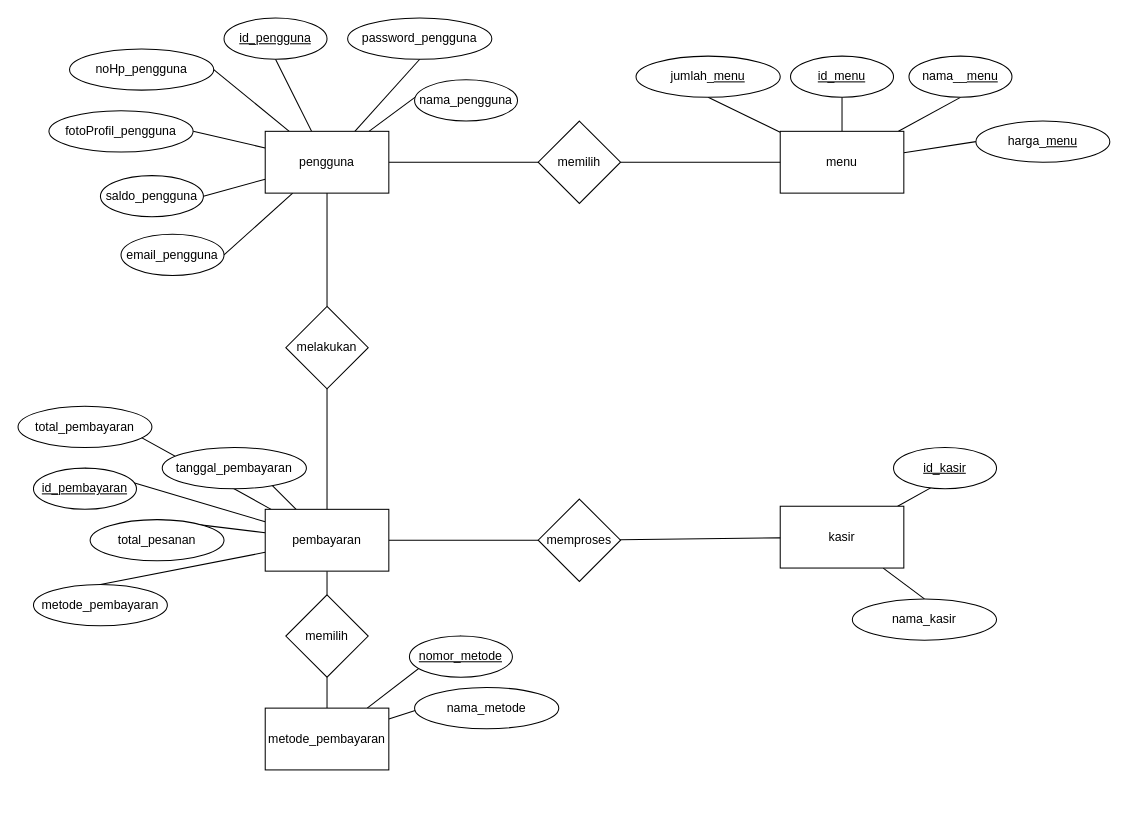
Above: ERD.drawio in muhammadnazaralwi/B-CoreBackend (draw.io), before the change. Source tidied: cells renumbered, new cells numbered last; positions are measured from the earlier drawing's top-left corner, leaving out a move shared by most shapes. Both pictures are drawn from the tidied source at 103%, with x=0, y=0 at pixel (18, 18).
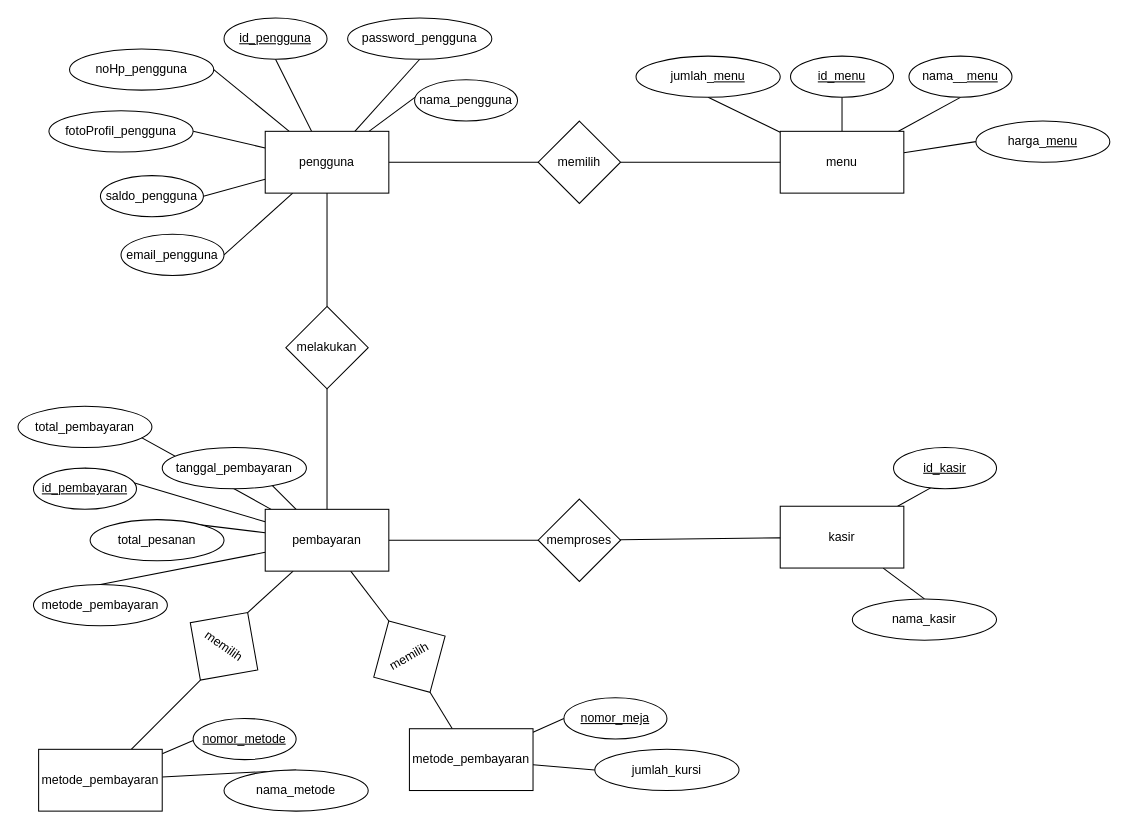
The same page after the edit.

Unchanged cells that the change refers to:
```xml
<mxCell id="25" value="pembayaran" style="rounded=0;whiteSpace=wrap;html=1;" parent="1" vertex="1">
  <mxGeometry x="240" y="477" width="120" height="60" as="geometry" />
</mxCell>
```

Diff of the diagram source:
```diff
@@
+    <mxCell id="60" style="rounded=0;jettySize=auto;html=1;entryX=0.5;entryY=0;entryDx=0;entryDy=0;endArrow=none;endFill=0;" parent="1" edge="1" source="25" target="61">
+      <mxGeometry relative="1" as="geometry" />
+    </mxCell>
@@
     <mxCell id="29" value="metode_pembayaran" style="rounded=0;whiteSpace=wrap;html=1;" parent="1" vertex="1">
-      <mxGeometry x="240" y="670" width="120" height="60" as="geometry" />
+      <mxGeometry x="20" y="710" width="120" height="60" as="geometry" />
     </mxCell>
@@
     <mxCell id="46" value="&lt;u&gt;nomor_metode&lt;/u&gt;" style="ellipse;whiteSpace=wrap;html=1;" parent="1" vertex="1">
-      <mxGeometry x="380" y="600" width="100" height="40" as="geometry" />
+      <mxGeometry x="170" y="680" width="100" height="40" as="geometry" />
     </mxCell>
     <mxCell id="47" value="nama_metode" style="ellipse;whiteSpace=wrap;html=1;" parent="1" vertex="1">
-      <mxGeometry x="385" y="650" width="140" height="40" as="geometry" />
+      <mxGeometry x="200" y="730" width="140" height="40" as="geometry" />
     </mxCell>
@@
-    <mxCell id="57" value="memilih" style="rhombus;whiteSpace=wrap;html=1;rotation=0;" parent="1" vertex="1">
-      <mxGeometry x="260" y="560" width="80" height="80" as="geometry" />
+    <mxCell id="57" value="memilih" style="rhombus;whiteSpace=wrap;html=1;rotation=35;" parent="1" vertex="1">
+      <mxGeometry x="160" y="570" width="80" height="80" as="geometry" />
     </mxCell>
@@
+    <mxCell id="61" value="memilih" style="rhombus;whiteSpace=wrap;html=1;rotation=-30;" parent="1" vertex="1">
+      <mxGeometry x="340" y="580" width="80" height="80" as="geometry" />
+    </mxCell>
+    <mxCell id="62" style="edgeStyle=none;rounded=0;jettySize=auto;html=1;entryX=0.5;entryY=1;entryDx=0;entryDy=0;endArrow=none;endFill=0;" parent="1" edge="1" source="65" target="61">
+      <mxGeometry relative="1" as="geometry" />
+    </mxCell>
+    <mxCell id="63" style="edgeStyle=none;rounded=0;jettySize=auto;html=1;entryX=0;entryY=0.5;entryDx=0;entryDy=0;endArrow=none;endFill=0;" parent="1" edge="1" source="65" target="66">
+      <mxGeometry relative="1" as="geometry" />
+    </mxCell>
+    <mxCell id="64" style="edgeStyle=none;rounded=0;jettySize=auto;html=1;entryX=0;entryY=0.5;entryDx=0;entryDy=0;endArrow=none;endFill=0;" parent="1" edge="1" source="65" target="67">
+      <mxGeometry relative="1" as="geometry" />
+    </mxCell>
+    <mxCell id="65" value="metode_pembayaran" style="rounded=0;whiteSpace=wrap;html=1;" parent="1" vertex="1">
+      <mxGeometry x="380" y="690" width="120" height="60" as="geometry" />
+    </mxCell>
+    <mxCell id="66" value="&lt;u&gt;nomor_meja&lt;/u&gt;" style="ellipse;whiteSpace=wrap;html=1;" parent="1" vertex="1">
+      <mxGeometry x="530" y="660" width="100" height="40" as="geometry" />
+    </mxCell>
+    <mxCell id="67" value="jumlah_kursi" style="ellipse;whiteSpace=wrap;html=1;" parent="1" vertex="1">
+      <mxGeometry x="560" y="710" width="140" height="40" as="geometry" />
+    </mxCell>
```
